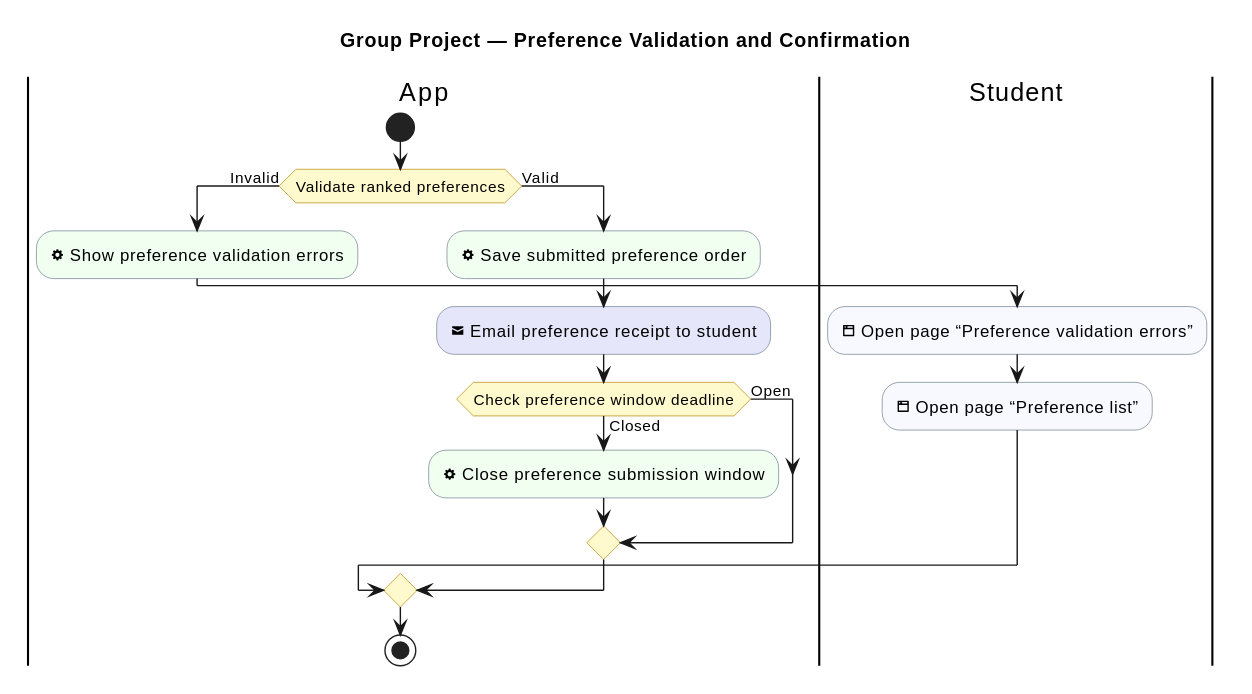
This is industrial-placement-group-project/diagrams/group-project/preference-validation-and-confirmation.svg from sdflkjssl/sdflkjssl.github.io, a PlantUML export, as it was before one commit.
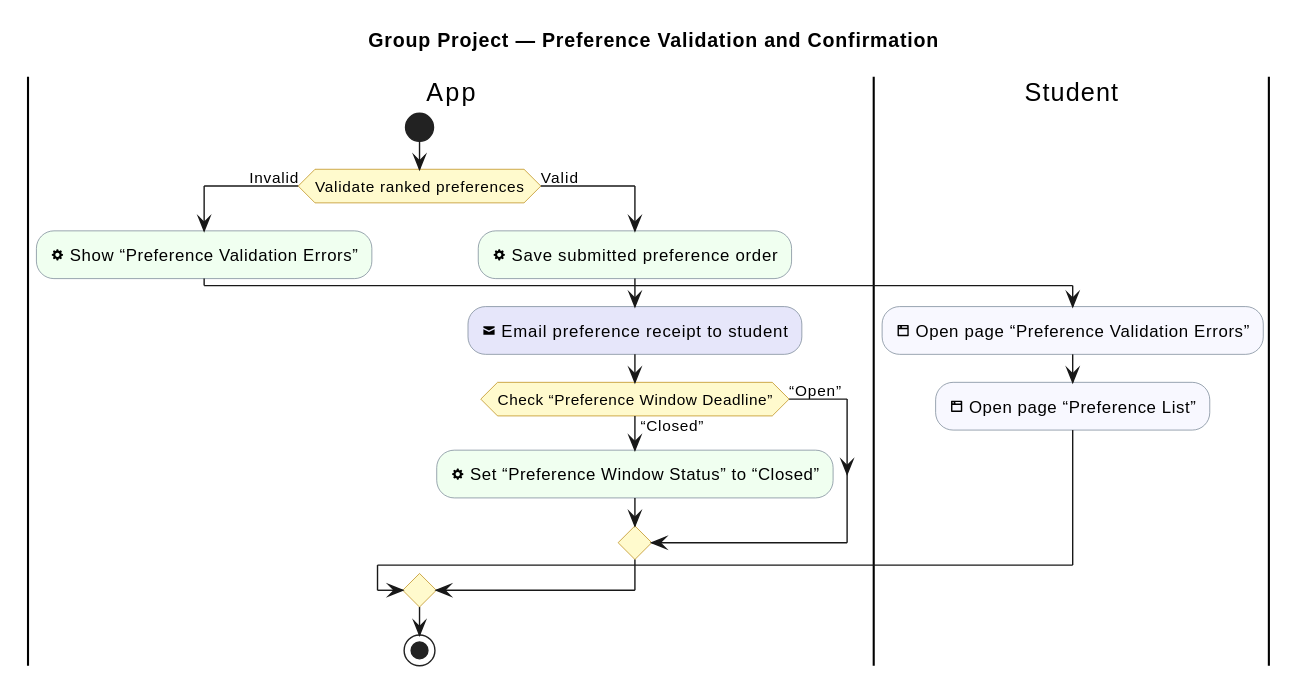
After the change.

Diff of the diagram source:
```diff
@@ -13,17 +13,17 @@
 |App|
 start
 if (Validate ranked preferences) then (Invalid)
-  :<&cog> Show preference validation errors; <<#HoneyDew>>
+  :<&cog> Show “Preference Validation Errors”; <<#HoneyDew>>
   |Student|
-  :<&browser> Open page “Preference validation errors”; <<#GhostWhite>>
-  :<&browser> Open page “Preference list”; <<#GhostWhite>>
+  :<&browser> Open page “Preference Validation Errors”; <<#GhostWhite>>
+  :<&browser> Open page “Preference List”; <<#GhostWhite>>
 else (Valid)
   |App|
   :<&cog> Save submitted preference order; <<#HoneyDew>>
   :<&envelope-closed> Email preference receipt to student; <<#Lavender>>
-  if (Check preference window deadline) then (Closed)
-    :<&cog> Close preference submission window; <<#HoneyDew>>
-  else (Open)
+  if (Check “Preference Window Deadline”) then (“Closed”)
+    :<&cog> Set “Preference Window Status” to “Closed”; <<#HoneyDew>>
+  else (“Open”)
   endif
 endif
 stop
```
